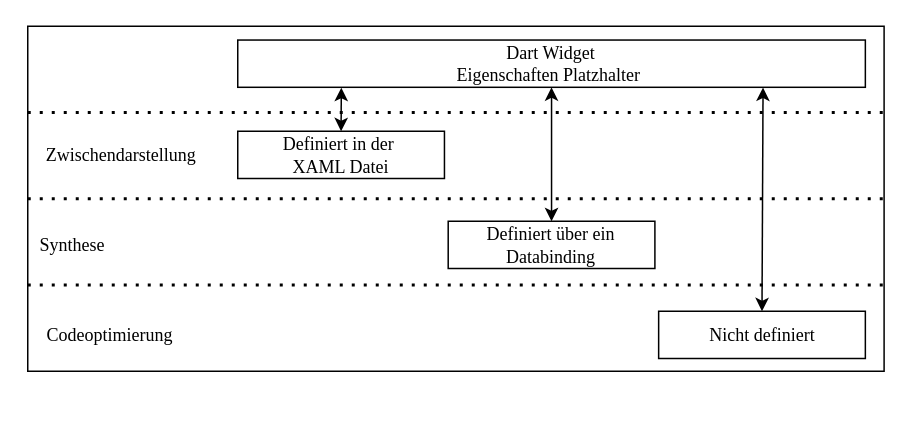
The draw.io diagram Images/Implementation/DartPlaceHolder.drawio in JulianPasque/Masterthesis, before the edit. Source tidied: cells renumbered, new cells numbered last; positions are measured from the earlier drawing's top-left corner, leaving out a move shared by most shapes. Both pictures are drawn from the tidied source at 150%, with x=0, y=0 at pixel (27, 26).
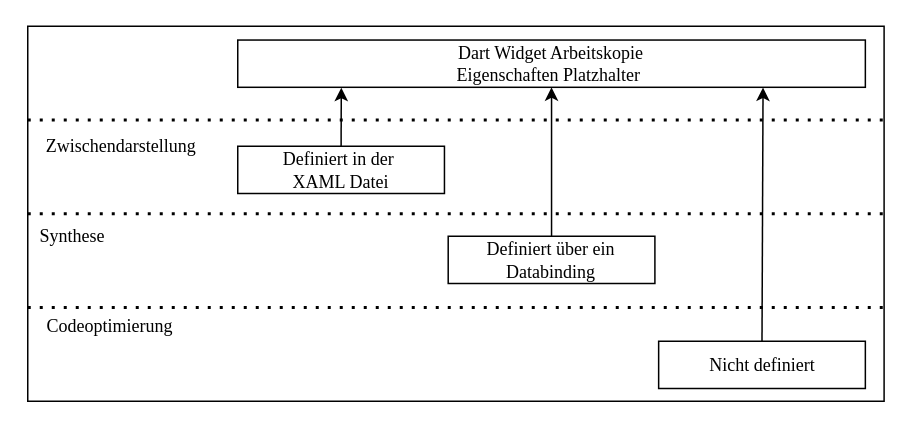
Above is the later version.

The edit, as a diff of the source:
```diff
@@
 <mxGraphModel>
   <root>
     <mxCell id="0" />
     <mxCell id="1" parent="0" />
     <mxCell id="2" style="rounded=0;whiteSpace=wrap;html=1;fontFamily=Times New Roman;" parent="1" vertex="1">
-      <mxGeometry width="570.9" height="230" as="geometry" />
+      <mxGeometry width="570.9" height="250" as="geometry" />
     </mxCell>
-    <mxCell id="3" value="Dart Widget&lt;br&gt;Eigenschaften Platzhalter&amp;nbsp;" style="rounded=0;whiteSpace=wrap;html=1;fontFamily=Times New Roman;" parent="1" vertex="1">
+    <mxCell id="3" value="Dart Widget Arbeitskopie&lt;br&gt;Eigenschaften Platzhalter&amp;nbsp;" style="rounded=0;whiteSpace=wrap;html=1;fontFamily=Times New Roman;" parent="1" vertex="1">
       <mxGeometry x="140" y="9.2" width="418.4" height="31.5" as="geometry" />
     </mxCell>
     <mxCell id="4" style="endArrow=none;dashed=1;html=1;dashPattern=1 3;strokeWidth=2;exitX=0;exitY=0.25;exitDx=0;exitDy=0;entryX=1;entryY=0.25;entryDx=0;entryDy=0;fontFamily=Times New Roman;" parent="1" edge="1" source="2" target="2">
       <mxGeometry relative="1" as="geometry" />
     </mxCell>
     <mxCell id="5" style="endArrow=none;dashed=1;html=1;dashPattern=1 3;strokeWidth=2;exitX=0;exitY=0.5;exitDx=0;exitDy=0;entryX=1;entryY=0.5;entryDx=0;entryDy=0;fontFamily=Times New Roman;" parent="1" edge="1" source="2" target="2">
       <mxGeometry relative="1" as="geometry" />
     </mxCell>
     <mxCell id="6" style="endArrow=none;dashed=1;html=1;dashPattern=1 3;strokeWidth=2;exitX=0;exitY=0.75;exitDx=0;exitDy=0;entryX=1;entryY=0.75;entryDx=0;entryDy=0;fontFamily=Times New Roman;" parent="1" edge="1" source="2" target="2">
       <mxGeometry relative="1" as="geometry" />
     </mxCell>
     <mxCell id="7" value="Definiert in der&amp;nbsp;&lt;br&gt;XAML Datei" style="rounded=0;whiteSpace=wrap;html=1;fontFamily=Times New Roman;" parent="1" vertex="1">
-      <mxGeometry x="140" y="70" width="137.8" height="31.5" as="geometry" />
+      <mxGeometry x="140" y="80" width="137.8" height="31.5" as="geometry" />
     </mxCell>
     <mxCell id="8" value="Definiert über ein&lt;br&gt;Databinding" style="rounded=0;whiteSpace=wrap;html=1;fontFamily=Times New Roman;" parent="1" vertex="1">
-      <mxGeometry x="280.3" y="130" width="137.8" height="31.5" as="geometry" />
+      <mxGeometry x="280.3" y="140" width="137.8" height="31.5" as="geometry" />
     </mxCell>
     <mxCell id="9" value="Nicht definiert" style="rounded=0;whiteSpace=wrap;html=1;fontFamily=Times New Roman;" parent="1" vertex="1">
-      <mxGeometry x="420.6" y="190" width="137.8" height="31.5" as="geometry" />
+      <mxGeometry x="420.6" y="210" width="137.8" height="31.5" as="geometry" />
     </mxCell>
-    <mxCell id="10" style="endArrow=classic;html=1;exitX=0.5;exitY=0;exitDx=0;exitDy=0;entryX=0.165;entryY=1.009;entryDx=0;entryDy=0;entryPerimeter=0;endFill=1;startArrow=classic;startFill=1;fontFamily=Times New Roman;" parent="1" edge="1" source="7" target="3">
+    <mxCell id="10" style="endArrow=classic;html=1;exitX=0.5;exitY=0;exitDx=0;exitDy=0;entryX=0.165;entryY=1.009;entryDx=0;entryDy=0;entryPerimeter=0;endFill=1;startArrow=none;startFill=0;fontFamily=Times New Roman;" parent="1" edge="1" source="7" target="3">
       <mxGeometry relative="1" as="geometry" />
     </mxCell>
-    <mxCell id="11" style="endArrow=classic;html=1;exitX=0.5;exitY=0;exitDx=0;exitDy=0;entryX=0.5;entryY=1;entryDx=0;entryDy=0;endFill=1;startArrow=classic;startFill=1;fontFamily=Times New Roman;" parent="1" edge="1" source="8" target="3">
+    <mxCell id="11" style="endArrow=classic;html=1;exitX=0.5;exitY=0;exitDx=0;exitDy=0;entryX=0.5;entryY=1;entryDx=0;entryDy=0;endFill=1;startArrow=none;startFill=0;fontFamily=Times New Roman;" parent="1" edge="1" source="8" target="3">
       <mxGeometry relative="1" as="geometry" />
     </mxCell>
-    <mxCell id="12" style="endArrow=classic;html=1;exitX=0.5;exitY=0;exitDx=0;exitDy=0;entryX=0.837;entryY=1.005;entryDx=0;entryDy=0;entryPerimeter=0;endFill=1;startArrow=classic;startFill=1;fontFamily=Times New Roman;" parent="1" edge="1" source="9" target="3">
+    <mxCell id="12" style="endArrow=classic;html=1;exitX=0.5;exitY=0;exitDx=0;exitDy=0;entryX=0.837;entryY=1.005;entryDx=0;entryDy=0;entryPerimeter=0;endFill=1;startArrow=none;startFill=0;fontFamily=Times New Roman;" parent="1" edge="1" source="9" target="3">
       <mxGeometry relative="1" as="geometry" />
     </mxCell>
     <mxCell id="13" value="Synthese" style="text;html=1;strokeColor=none;fillColor=none;align=center;verticalAlign=middle;whiteSpace=wrap;rounded=0;fontFamily=Times New Roman;" parent="1" vertex="1">
-      <mxGeometry x="10" y="135.8" width="40" height="20" as="geometry" />
+      <mxGeometry x="10" y="130" width="40" height="20" as="geometry" />
     </mxCell>
     <mxCell id="14" value="Codeoptimierung" style="text;html=1;strokeColor=none;fillColor=none;align=center;verticalAlign=middle;whiteSpace=wrap;rounded=0;fontFamily=Times New Roman;" parent="1" vertex="1">
-      <mxGeometry x="10" y="195.8" width="90" height="20" as="geometry" />
+      <mxGeometry x="10" y="190" width="90" height="20" as="geometry" />
     </mxCell>
     <mxCell id="15" value="Zwischendarstellung" style="text;html=1;strokeColor=none;fillColor=none;align=center;verticalAlign=middle;whiteSpace=wrap;rounded=0;fontFamily=Times New Roman;" parent="1" vertex="1">
-      <mxGeometry x="10" y="75.8" width="105" height="20" as="geometry" />
+      <mxGeometry x="10" y="70" width="105" height="20" as="geometry" />
     </mxCell>
   </root>
 </mxGraphModel>
```
